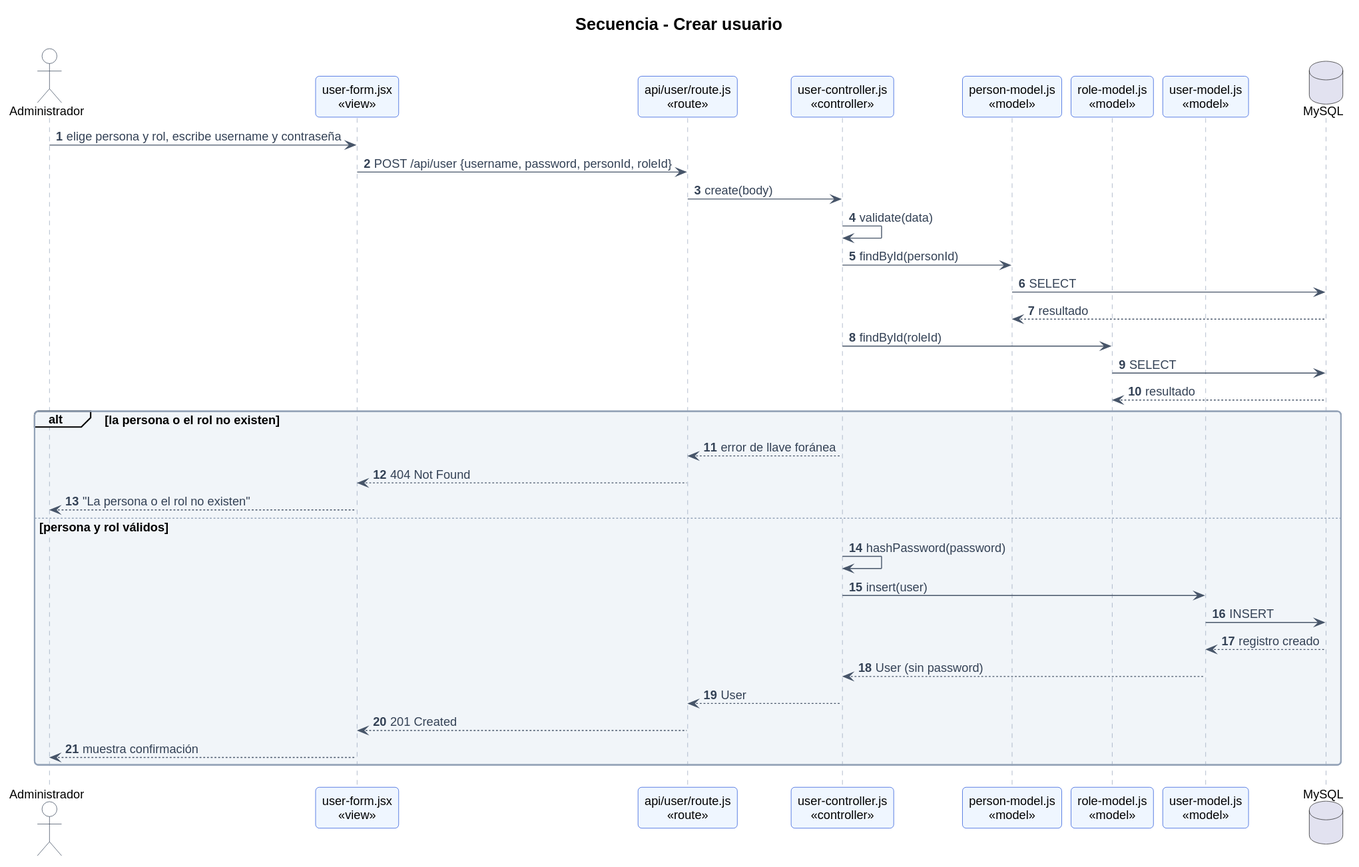
Earlier version of the PlantUML export public/docs/architecture/diagrams/09-sequence-create-user.svg (Trujillo7915/project-mvc).
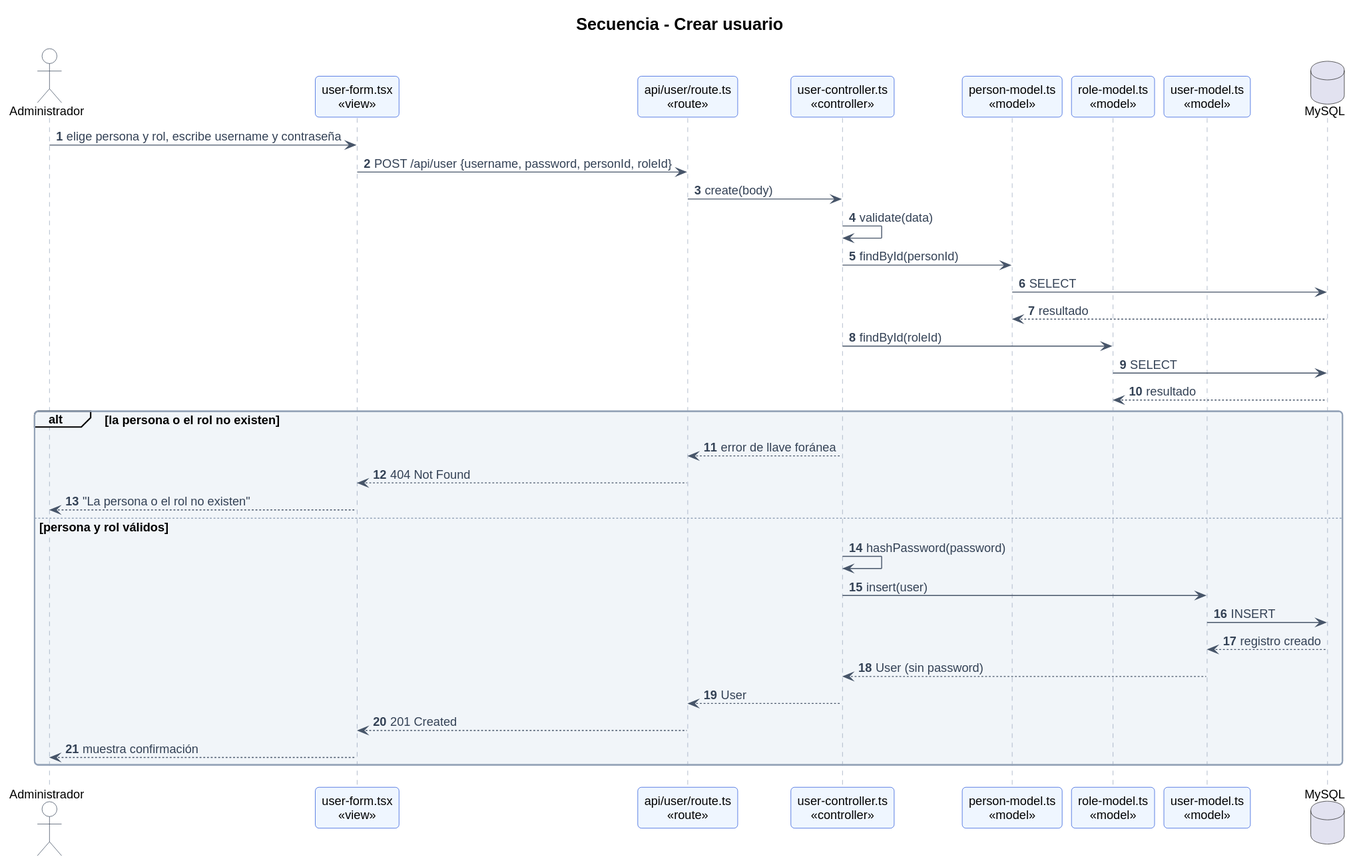
Above is the later version.

Change to the diagram source:
```diff
@@ -4,12 +4,12 @@
 autonumber
 
 actor "Administrador" as U
-participant "user-form.jsx\n<<view>>" as V
-participant "api/user/route.js\n<<route>>" as R
-participant "user-controller.js\n<<controller>>" as C
-participant "person-model.js\n<<model>>" as PM
-participant "role-model.js\n<<model>>" as RM
-participant "user-model.js\n<<model>>" as M
+participant "user-form.tsx\n<<view>>" as V
+participant "api/user/route.ts\n<<route>>" as R
+participant "user-controller.ts\n<<controller>>" as C
+participant "person-model.ts\n<<model>>" as PM
+participant "role-model.ts\n<<model>>" as RM
+participant "user-model.ts\n<<model>>" as M
 database "MySQL" as DB
 
 U -> V : elige persona y rol, escribe username y contraseña
```
